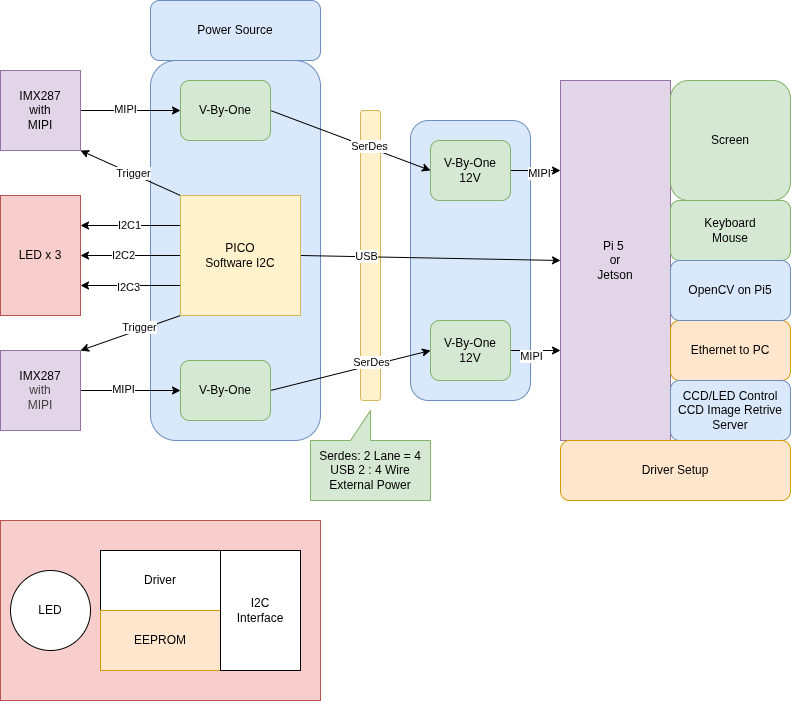
tzechienchu/mynotes keeps this draw.io diagram as docs/diagrams/2026/Fiber_Photometry06.png. Above is the earlier version. Source tidied: cells renumbered, new cells last; positions are measured from the earlier drawing's top-left corner, leaving out a move shared by most shapes.
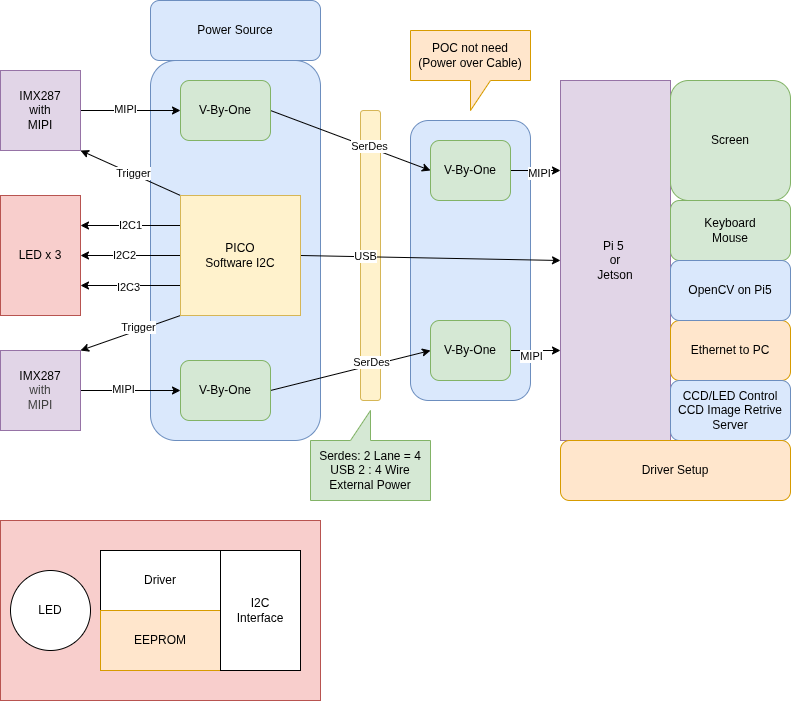
After the commit.

Diff of the diagram source:
```diff
@@ -129,7 +129,7 @@
     <mxCell id="42" value="MIPI" style="edgeLabel;html=1;align=center;verticalAlign=middle;" parent="41" vertex="1">
       <mxGeometry x="0.13" y="-2" relative="1" as="geometry" />
     </mxCell>
-    <mxCell id="43" value="V-By-One&lt;div&gt;12V&lt;/div&gt;" style="rounded=1;whiteSpace=wrap;html=1;fillColor=#d5e8d4;strokeColor=#82b366;" parent="1" vertex="1">
+    <mxCell id="43" value="V-By-One" style="rounded=1;whiteSpace=wrap;html=1;fillColor=#d5e8d4;strokeColor=#82b366;" parent="1" vertex="1">
       <mxGeometry x="430" y="140" width="80" height="60" as="geometry" />
     </mxCell>
     <mxCell id="44" style="edgeStyle=none;html=1;exitX=1;exitY=0.5;exitDx=0;exitDy=0;entryX=0;entryY=0.75;entryDx=0;entryDy=0;" parent="1" edge="1" source="46" target="13">
@@ -140,7 +140,7 @@
         <mxPoint x="7" y="7" as="offset" />
       </mxGeometry>
     </mxCell>
-    <mxCell id="46" value="V-By-One&lt;div&gt;12V&lt;/div&gt;" style="rounded=1;whiteSpace=wrap;html=1;fillColor=#d5e8d4;strokeColor=#82b366;" parent="1" vertex="1">
+    <mxCell id="46" value="V-By-One" style="rounded=1;whiteSpace=wrap;html=1;fillColor=#d5e8d4;strokeColor=#82b366;" parent="1" vertex="1">
       <mxGeometry x="430" y="320" width="80" height="60" as="geometry" />
     </mxCell>
     <mxCell id="47" value="Serdes: 2 Lane = 4&lt;div&gt;USB 2 : 4 Wire&lt;/div&gt;&lt;div&gt;External Power&lt;/div&gt;" style="shape=callout;whiteSpace=wrap;html=1;perimeter=calloutPerimeter;direction=west;fillColor=#d5e8d4;strokeColor=#82b366;" parent="1" vertex="1">
@@ -152,5 +152,8 @@
     <mxCell id="49" value="Driver Setup" style="rounded=1;whiteSpace=wrap;html=1;fillColor=#ffe6cc;strokeColor=#d79b00;" parent="1" vertex="1">
       <mxGeometry x="560" y="440" width="230" height="60" as="geometry" />
     </mxCell>
+    <mxCell id="50" value="POC not need&lt;div&gt;(Power over Cable)&lt;/div&gt;" style="shape=callout;whiteSpace=wrap;html=1;perimeter=calloutPerimeter;fillColor=#ffe6cc;strokeColor=#d79b00;" parent="1" vertex="1">
+      <mxGeometry x="410" y="30" width="120" height="80" as="geometry" />
+    </mxCell>
   </root>
 </mxGraphModel>
```
